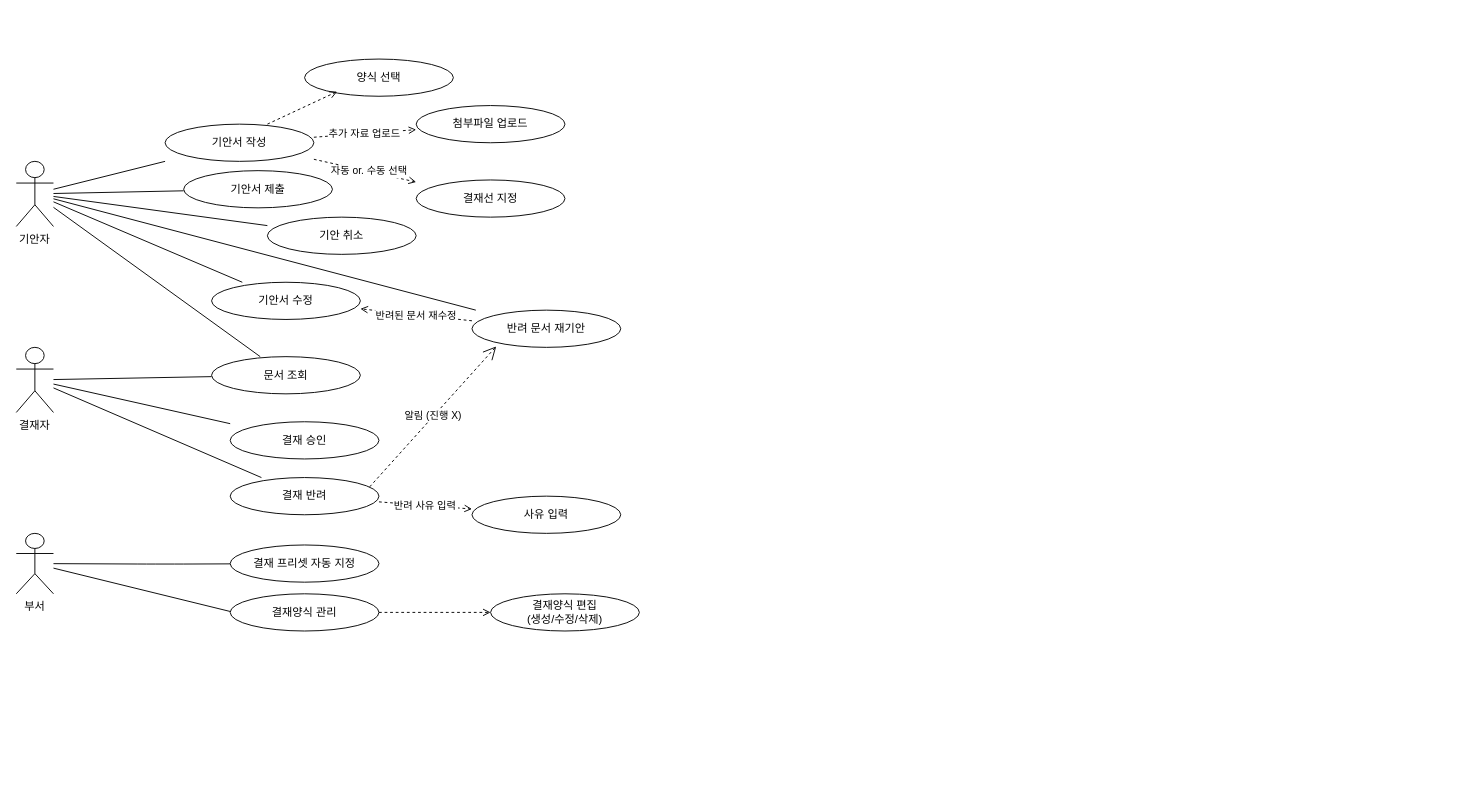
This is approval_useCase.drawio.xml from kikii-develope/system_architecture_design, a draw.io file, before an edit. Source tidied: cells renumbered, new cells numbered last; positions are measured from the earlier drawing's top-left corner, leaving out a move shared by most shapes. Both pictures are drawn from the tidied source at 93%, with x=0, y=0 at pixel (16, 59).
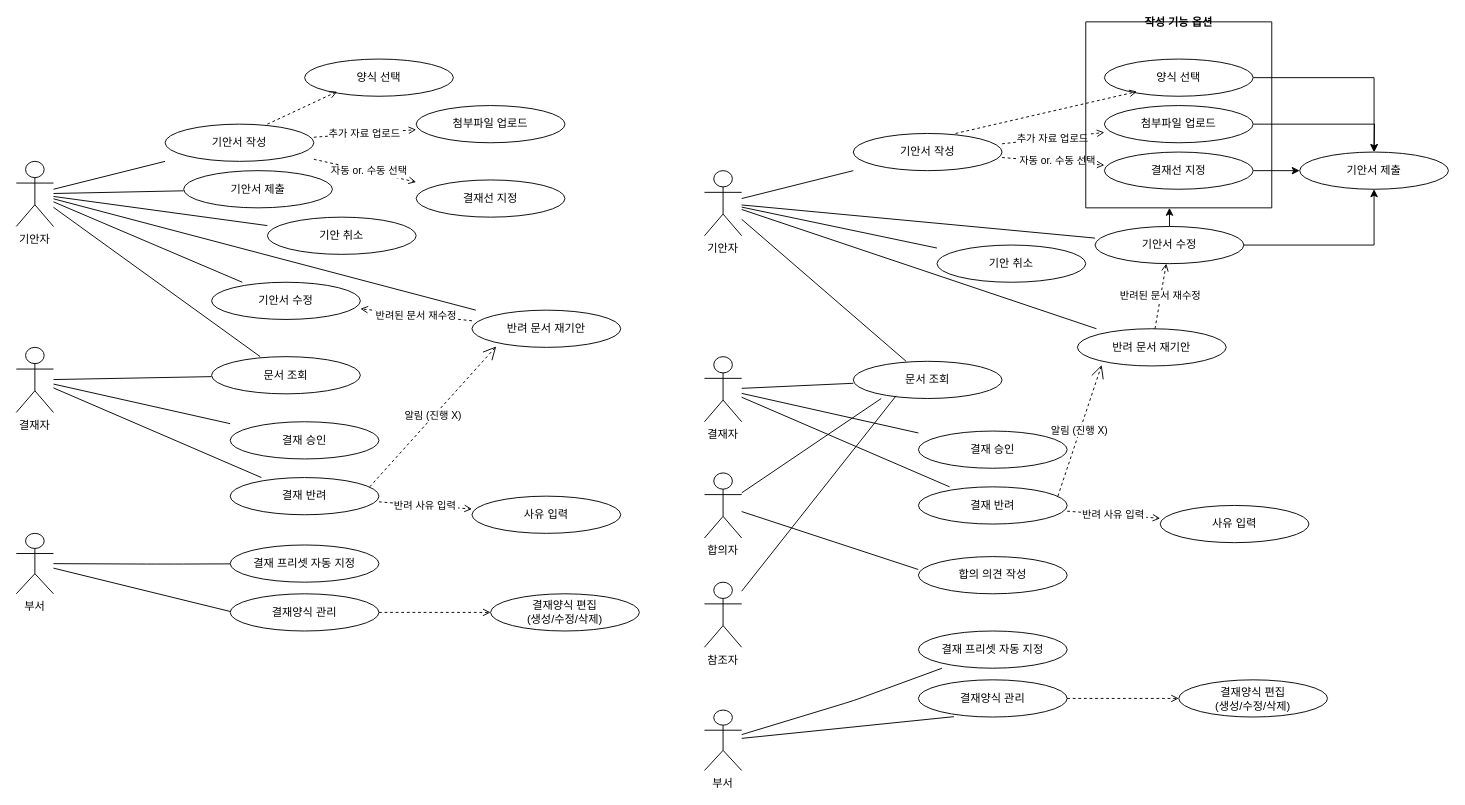
After the change.

Commit message:
합의자, 참조자 추가 및 플로우 수정

Change to the diagram source:
```diff
@@
+    <mxCell id="38" value="기안자" style="shape=umlActor;verticalLabelPosition=bottom;verticalAlign=top;" parent="1" vertex="1">
+      <mxGeometry x="740" y="120" width="40" height="70" as="geometry" />
+    </mxCell>
+    <mxCell id="39" value="결재자" style="shape=umlActor;verticalLabelPosition=bottom;verticalAlign=top;" parent="1" vertex="1">
+      <mxGeometry x="740" y="320" width="40" height="70" as="geometry" />
+    </mxCell>
+    <mxCell id="40" value="부서" style="shape=umlActor;verticalLabelPosition=bottom;verticalAlign=top;" parent="1" vertex="1">
+      <mxGeometry x="740" y="700" width="40" height="65" as="geometry" />
+    </mxCell>
+    <mxCell id="41" value="기안서 작성" style="shape=ellipse;whiteSpace=wrap;html=1;" parent="1" vertex="1">
+      <mxGeometry x="900" y="80" width="160" height="40" as="geometry" />
+    </mxCell>
+    <mxCell id="42" style="edgeStyle=orthogonalEdgeStyle;rounded=0;jettySize=auto;html=1;" parent="1" edge="1" source="43">
+      <mxGeometry relative="1" as="geometry">
+        <mxPoint x="1460" y="100" as="targetPoint" />
+      </mxGeometry>
+    </mxCell>
+    <mxCell id="43" value="첨부파일 업로드" style="shape=ellipse;whiteSpace=wrap;html=1;" parent="1" vertex="1">
+      <mxGeometry x="1170" y="50" width="160" height="40" as="geometry" />
+    </mxCell>
+    <mxCell id="44" style="edgeStyle=orthogonalEdgeStyle;rounded=0;jettySize=auto;html=1;" parent="1" edge="1" source="45" target="46">
+      <mxGeometry relative="1" as="geometry" />
+    </mxCell>
+    <mxCell id="45" value="결재선 지정" style="shape=ellipse;whiteSpace=wrap;html=1;" parent="1" vertex="1">
+      <mxGeometry x="1170" y="100" width="160" height="40" as="geometry" />
+    </mxCell>
+    <mxCell id="46" value="기안서 제출" style="shape=ellipse;whiteSpace=wrap;html=1;" parent="1" vertex="1">
+      <mxGeometry x="1380" y="100" width="160" height="40" as="geometry" />
+    </mxCell>
+    <mxCell id="47" value="문서 조회" style="shape=ellipse;whiteSpace=wrap;html=1;" parent="1" vertex="1">
+      <mxGeometry x="900" y="325" width="160" height="40" as="geometry" />
+    </mxCell>
+    <mxCell id="48" value="기안 취소" style="shape=ellipse;whiteSpace=wrap;html=1;" parent="1" vertex="1">
+      <mxGeometry x="990" y="200" width="160" height="40" as="geometry" />
+    </mxCell>
+    <mxCell id="49" style="edgeStyle=orthogonalEdgeStyle;rounded=0;jettySize=auto;html=1;entryX=0.5;entryY=1;entryDx=0;entryDy=0;" parent="1" edge="1" source="51" target="46">
+      <mxGeometry relative="1" as="geometry" />
+    </mxCell>
+    <mxCell id="50" style="edgeStyle=orthogonalEdgeStyle;rounded=0;jettySize=auto;html=1;" parent="1" edge="1" source="51" target="78">
+      <mxGeometry relative="1" as="geometry">
+        <Array as="points">
+          <mxPoint x="1250" y="180" />
+        </Array>
+      </mxGeometry>
+    </mxCell>
+    <mxCell id="51" value="기안서 수정" style="shape=ellipse;whiteSpace=wrap;html=1;" parent="1" vertex="1">
+      <mxGeometry x="1160" y="180" width="160" height="40" as="geometry" />
+    </mxCell>
+    <mxCell id="52" value="반려 문서 재기안" style="shape=ellipse;whiteSpace=wrap;html=1;" parent="1" vertex="1">
+      <mxGeometry x="1141" y="290" width="160" height="40" as="geometry" />
+    </mxCell>
+    <mxCell id="53" value="결재 승인" style="shape=ellipse;whiteSpace=wrap;html=1;" parent="1" vertex="1">
+      <mxGeometry x="970" y="400" width="160" height="40" as="geometry" />
+    </mxCell>
+    <mxCell id="54" value="결재 반려" style="shape=ellipse;whiteSpace=wrap;html=1;" parent="1" vertex="1">
+      <mxGeometry x="970" y="460" width="160" height="40" as="geometry" />
+    </mxCell>
+    <mxCell id="55" value="사유 입력" style="shape=ellipse;whiteSpace=wrap;html=1;" parent="1" vertex="1">
+      <mxGeometry x="1230" y="480" width="160" height="40" as="geometry" />
+    </mxCell>
+    <mxCell id="56" value="결재 프리셋 자동 지정" style="shape=ellipse;whiteSpace=wrap;html=1;" parent="1" vertex="1">
+      <mxGeometry x="970" y="615" width="160" height="40" as="geometry" />
+    </mxCell>
+    <mxCell id="57" style="endArrow=none;" parent="1" edge="1" source="38" target="41">
+      <mxGeometry relative="1" as="geometry" />
+    </mxCell>
+    <mxCell id="58" style="endArrow=none;" parent="1" edge="1" source="38" target="47">
+      <mxGeometry relative="1" as="geometry" />
+    </mxCell>
+    <mxCell id="59" style="endArrow=none;" parent="1" edge="1" source="38" target="48">
+      <mxGeometry relative="1" as="geometry" />
+    </mxCell>
+    <mxCell id="60" style="endArrow=none;" parent="1" edge="1" source="38" target="51">
+      <mxGeometry relative="1" as="geometry" />
+    </mxCell>
+    <mxCell id="61" style="endArrow=none;" parent="1" edge="1" source="38" target="52">
+      <mxGeometry relative="1" as="geometry" />
+    </mxCell>
+    <mxCell id="62" style="endArrow=none;" parent="1" edge="1" source="39" target="53">
+      <mxGeometry relative="1" as="geometry" />
+    </mxCell>
+    <mxCell id="63" style="endArrow=none;" parent="1" edge="1" source="39" target="54">
+      <mxGeometry relative="1" as="geometry" />
+    </mxCell>
+    <mxCell id="64" style="endArrow=none;" parent="1" edge="1" source="39" target="47">
+      <mxGeometry relative="1" as="geometry" />
+    </mxCell>
+    <mxCell id="65" style="endArrow=none;" parent="1" edge="1" source="40" target="56">
+      <mxGeometry relative="1" as="geometry">
+        <Array as="points">
+          <mxPoint x="900" y="690" />
+        </Array>
+      </mxGeometry>
+    </mxCell>
+    <mxCell id="66" value="추가 자료 업로드" style="dashed=1;endArrow=open;" parent="1" edge="1" source="41" target="43">
+      <mxGeometry relative="1" as="geometry" />
+    </mxCell>
+    <mxCell id="67" value="자동 or. 수동 선택" style="dashed=1;endArrow=open;" parent="1" edge="1" source="41" target="45">
+      <mxGeometry x="0.09" y="1" relative="1" as="geometry" />
+    </mxCell>
+    <mxCell id="68" value="반려 사유 입력" style="dashed=1;endArrow=open;" parent="1" edge="1" source="54" target="55">
+      <mxGeometry relative="1" as="geometry" />
+    </mxCell>
+    <mxCell id="69" value="반려된 문서 재수정" style="dashed=1;endArrow=open;" parent="1" edge="1" source="52" target="51">
+      <mxGeometry relative="1" as="geometry" />
+    </mxCell>
+    <mxCell id="70" value="알림 (진행 X)" style="endArrow=open;endSize=12;dashed=1;html=1;rounded=0;entryX=0.163;entryY=0.975;entryDx=0;entryDy=0;entryPerimeter=0;" parent="1" edge="1" target="52">
+      <mxGeometry relative="1" as="geometry">
+        <mxPoint x="1120" y="470" as="sourcePoint" />
+      </mxGeometry>
+    </mxCell>
+    <mxCell id="71" style="edgeStyle=orthogonalEdgeStyle;rounded=0;jettySize=auto;html=1;entryX=0.5;entryY=0;entryDx=0;entryDy=0;" parent="1" edge="1" source="72" target="46">
+      <mxGeometry relative="1" as="geometry" />
+    </mxCell>
+    <mxCell id="72" value="양식 선택" style="shape=ellipse;whiteSpace=wrap;html=1;" parent="1" vertex="1">
+      <mxGeometry x="1170" width="160" height="40" as="geometry" />
+    </mxCell>
+    <mxCell id="73" style="dashed=1;endArrow=open;entryX=0.219;entryY=0.875;entryDx=0;entryDy=0;entryPerimeter=0;" parent="1" edge="1" target="72">
+      <mxGeometry relative="1" as="geometry">
+        <mxPoint x="1010" y="80" as="sourcePoint" />
+      </mxGeometry>
+    </mxCell>
+    <mxCell id="74" value="결재양식 관리" style="shape=ellipse;whiteSpace=wrap;html=1;" parent="1" vertex="1">
+      <mxGeometry x="970" y="667.5" width="160" height="40" as="geometry" />
+    </mxCell>
+    <mxCell id="75" value="결재양식 편집&lt;br&gt;(생성/수정/삭제)" style="shape=ellipse;whiteSpace=wrap;html=1;" parent="1" vertex="1">
+      <mxGeometry x="1250" y="667.5" width="160" height="40" as="geometry" />
+    </mxCell>
+    <mxCell id="76" style="dashed=1;endArrow=open;entryX=0;entryY=0.5;entryDx=0;entryDy=0;exitX=1;exitY=0.5;exitDx=0;exitDy=0;" parent="1" edge="1" source="74" target="75">
+      <mxGeometry relative="1" as="geometry" />
+    </mxCell>
+    <mxCell id="77" style="endArrow=none;entryX=0.239;entryY=0.99;entryDx=0;entryDy=0;entryPerimeter=0;" parent="1" edge="1" source="40" target="74">
+      <mxGeometry relative="1" as="geometry" />
+    </mxCell>
+    <mxCell id="78" value="작성 기능 옵션" style="swimlane;startSize=0;" parent="1" vertex="1">
+      <mxGeometry x="1150" y="-40" width="200" height="200" as="geometry" />
+    </mxCell>
+    <mxCell id="79" value="합의자" style="shape=umlActor;verticalLabelPosition=bottom;verticalAlign=top;" parent="1" vertex="1">
+      <mxGeometry x="740" y="445" width="40" height="70" as="geometry" />
+    </mxCell>
+    <mxCell id="80" value="참조자" style="shape=umlActor;verticalLabelPosition=bottom;verticalAlign=top;" parent="1" vertex="1">
+      <mxGeometry x="740" y="562.5" width="40" height="70" as="geometry" />
+    </mxCell>
+    <mxCell id="81" style="endArrow=none;entryX=0.188;entryY=1;entryDx=0;entryDy=0;entryPerimeter=0;" parent="1" edge="1" source="79" target="47">
+      <mxGeometry relative="1" as="geometry" />
+    </mxCell>
+    <mxCell id="82" value="합의 의견 작성" style="shape=ellipse;whiteSpace=wrap;html=1;" parent="1" vertex="1">
+      <mxGeometry x="970" y="535" width="160" height="40" as="geometry" />
+    </mxCell>
+    <mxCell id="83" style="endArrow=none;entryX=-0.001;entryY=0.346;entryDx=0;entryDy=0;entryPerimeter=0;" parent="1" edge="1" source="79" target="82">
+      <mxGeometry relative="1" as="geometry" />
+    </mxCell>
+    <mxCell id="84" style="endArrow=none;entryX=0.288;entryY=0.927;entryDx=0;entryDy=0;entryPerimeter=0;" parent="1" edge="1" source="80" target="47">
+      <mxGeometry relative="1" as="geometry" />
+    </mxCell>
```
